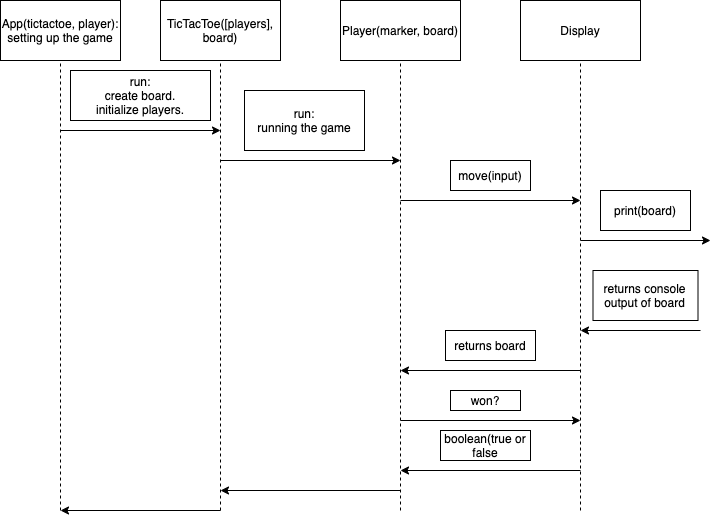
Earlier version of the draw.io export diagram.png (amittauro/tic-tac-toe). Source tidied: cells renumbered, new cells last; positions are measured from the earlier drawing's top-left corner, leaving out a move shared by most shapes. The source it was exported from:
```xml
<mxGraphModel>
  <root>
    <mxCell id="0" />
    <mxCell id="1" parent="0" />
    <mxCell id="2" value="App(tictactoe, player):&lt;br&gt;setting up the game" style="rounded=0;whiteSpace=wrap;html=1;" parent="1" vertex="1">
      <mxGeometry width="120" height="60" as="geometry" />
    </mxCell>
    <mxCell id="3" style="endArrow=none;dashed=1;html=1;entryX=0.5;entryY=1;entryDx=0;entryDy=0;" parent="1" edge="1" target="2">
      <mxGeometry relative="1" as="geometry">
        <mxPoint x="60" y="510" as="sourcePoint" />
      </mxGeometry>
    </mxCell>
    <mxCell id="4" value="TicTacToe([players], board)" style="rounded=0;whiteSpace=wrap;html=1;" parent="1" vertex="1">
      <mxGeometry x="160" width="120" height="60" as="geometry" />
    </mxCell>
    <mxCell id="5" value="Player(marker, board)" style="rounded=0;whiteSpace=wrap;html=1;" parent="1" vertex="1">
      <mxGeometry x="340" width="120" height="60" as="geometry" />
    </mxCell>
    <mxCell id="6" value="Display" style="rounded=0;whiteSpace=wrap;html=1;" parent="1" vertex="1">
      <mxGeometry x="520" width="120" height="60" as="geometry" />
    </mxCell>
    <mxCell id="7" style="endArrow=classic;html=1;" parent="1" edge="1">
      <mxGeometry relative="1" as="geometry">
        <mxPoint x="60" y="130" as="sourcePoint" />
        <mxPoint x="220" y="130" as="targetPoint" />
      </mxGeometry>
    </mxCell>
    <mxCell id="8" value="run:&lt;br&gt;create board.&lt;br&gt;initialize players." style="rounded=0;whiteSpace=wrap;html=1;" parent="1" vertex="1">
      <mxGeometry x="70" y="70" width="140" height="50" as="geometry" />
    </mxCell>
    <mxCell id="9" style="endArrow=none;dashed=1;html=1;entryX=0.5;entryY=1;entryDx=0;entryDy=0;" parent="1" edge="1" target="4">
      <mxGeometry relative="1" as="geometry">
        <mxPoint x="220" y="510" as="sourcePoint" />
      </mxGeometry>
    </mxCell>
    <mxCell id="10" style="endArrow=classic;html=1;" parent="1" edge="1">
      <mxGeometry relative="1" as="geometry">
        <mxPoint x="220" y="160" as="sourcePoint" />
        <mxPoint x="400" y="160" as="targetPoint" />
      </mxGeometry>
    </mxCell>
    <mxCell id="11" value="run:&lt;br&gt;running the game" style="rounded=0;whiteSpace=wrap;html=1;" parent="1" vertex="1">
      <mxGeometry x="244" y="90" width="120" height="60" as="geometry" />
    </mxCell>
    <mxCell id="12" style="endArrow=none;dashed=1;html=1;entryX=0.5;entryY=1;entryDx=0;entryDy=0;" parent="1" edge="1" target="5">
      <mxGeometry relative="1" as="geometry">
        <mxPoint x="400" y="510" as="sourcePoint" />
      </mxGeometry>
    </mxCell>
    <mxCell id="13" style="endArrow=classic;html=1;" parent="1" edge="1">
      <mxGeometry relative="1" as="geometry">
        <mxPoint x="400" y="200" as="sourcePoint" />
        <mxPoint x="580" y="200" as="targetPoint" />
      </mxGeometry>
    </mxCell>
    <mxCell id="14" value="move(input)" style="rounded=0;whiteSpace=wrap;html=1;" parent="1" vertex="1">
      <mxGeometry x="450" y="160" width="80" height="30" as="geometry" />
    </mxCell>
    <mxCell id="15" style="endArrow=none;dashed=1;html=1;entryX=0.5;entryY=1;entryDx=0;entryDy=0;" parent="1" edge="1" target="6">
      <mxGeometry relative="1" as="geometry">
        <mxPoint x="580" y="510" as="sourcePoint" />
      </mxGeometry>
    </mxCell>
    <mxCell id="16" style="endArrow=classic;html=1;" parent="1" edge="1">
      <mxGeometry relative="1" as="geometry">
        <mxPoint x="580" y="240" as="sourcePoint" />
        <mxPoint x="710" y="240" as="targetPoint" />
      </mxGeometry>
    </mxCell>
    <mxCell id="17" value="print(board)" style="rounded=0;whiteSpace=wrap;html=1;" parent="1" vertex="1">
      <mxGeometry x="600" y="190" width="90" height="40" as="geometry" />
    </mxCell>
    <mxCell id="18" style="endArrow=classic;html=1;" parent="1" edge="1">
      <mxGeometry relative="1" as="geometry">
        <mxPoint x="700" y="330" as="sourcePoint" />
        <mxPoint x="580" y="330" as="targetPoint" />
      </mxGeometry>
    </mxCell>
    <mxCell id="19" value="returns console output of board" style="rounded=0;whiteSpace=wrap;html=1;" parent="1" vertex="1">
      <mxGeometry x="592.5" y="270" width="105" height="50" as="geometry" />
    </mxCell>
    <mxCell id="20" style="endArrow=classic;html=1;" parent="1" edge="1">
      <mxGeometry relative="1" as="geometry">
        <mxPoint x="580" y="370" as="sourcePoint" />
        <mxPoint x="400" y="370" as="targetPoint" />
      </mxGeometry>
    </mxCell>
    <mxCell id="21" value="returns board" style="rounded=0;whiteSpace=wrap;html=1;" parent="1" vertex="1">
      <mxGeometry x="445" y="330" width="90" height="30" as="geometry" />
    </mxCell>
    <mxCell id="22" style="endArrow=classic;html=1;" parent="1" edge="1">
      <mxGeometry relative="1" as="geometry">
        <mxPoint x="400" y="490" as="sourcePoint" />
        <mxPoint x="220" y="490" as="targetPoint" />
      </mxGeometry>
    </mxCell>
    <mxCell id="23" style="endArrow=classic;html=1;" parent="1" edge="1">
      <mxGeometry relative="1" as="geometry">
        <mxPoint x="400" y="420" as="sourcePoint" />
        <mxPoint x="580" y="420" as="targetPoint" />
      </mxGeometry>
    </mxCell>
    <mxCell id="24" value="won?" style="rounded=0;whiteSpace=wrap;html=1;" parent="1" vertex="1">
      <mxGeometry x="450" y="390" width="70" height="20" as="geometry" />
    </mxCell>
    <mxCell id="25" style="endArrow=classic;html=1;" parent="1" edge="1">
      <mxGeometry relative="1" as="geometry">
        <mxPoint x="580" y="470" as="sourcePoint" />
        <mxPoint x="400" y="470" as="targetPoint" />
      </mxGeometry>
    </mxCell>
    <mxCell id="26" value="boolean(true or false" style="rounded=0;whiteSpace=wrap;html=1;" parent="1" vertex="1">
      <mxGeometry x="440" y="430" width="90" height="30" as="geometry" />
    </mxCell>
    <mxCell id="27" style="endArrow=classic;html=1;" parent="1" edge="1">
      <mxGeometry relative="1" as="geometry">
        <mxPoint x="220" y="510" as="sourcePoint" />
        <mxPoint x="60" y="510" as="targetPoint" />
      </mxGeometry>
    </mxCell>
  </root>
</mxGraphModel>
```
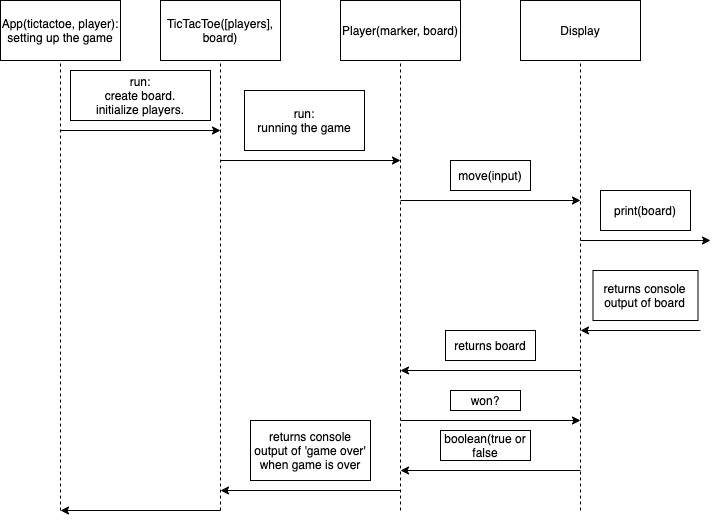
The same diagram one commit later.

The edit, as a diff of the source:
```diff
@@ -118,5 +118,8 @@
         <mxPoint x="60" y="510" as="targetPoint" />
       </mxGeometry>
     </mxCell>
+    <mxCell id="28" value="returns console output of 'game over' when game is over" style="rounded=0;whiteSpace=wrap;html=1;" parent="1" vertex="1">
+      <mxGeometry x="250" y="420" width="120" height="60" as="geometry" />
+    </mxCell>
   </root>
 </mxGraphModel>
```
